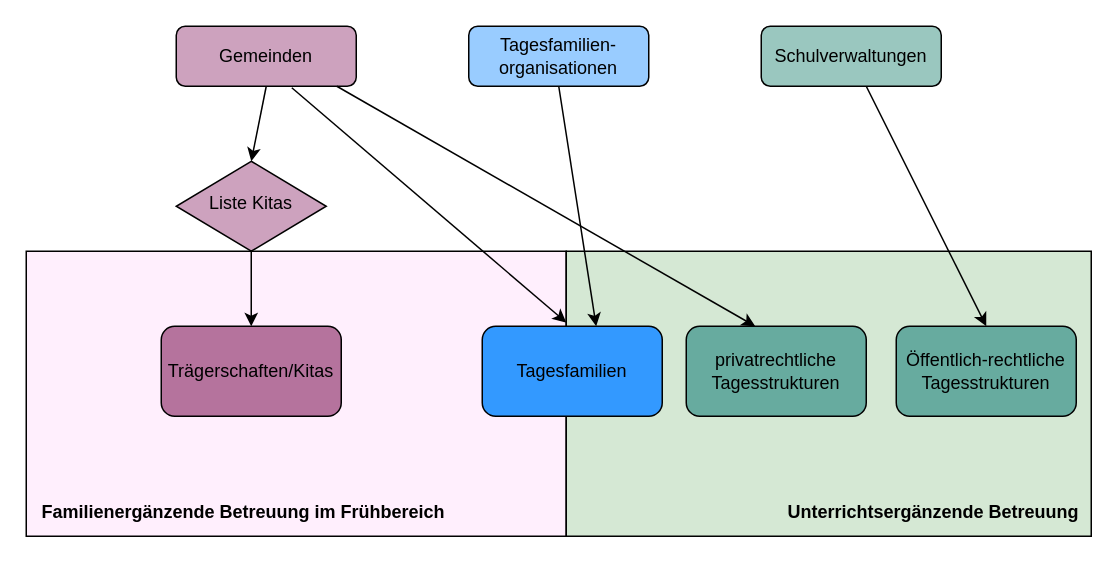
This is Unbenanntes Diagramm.drawio from oliviablo/Rconfig, a draw.io file, before an edit. Source tidied: cells renumbered, new cells numbered last; positions are measured from the earlier drawing's top-left corner, leaving out a move shared by most shapes. Both pictures are drawn from the tidied source at 150%, with x=0, y=0 at pixel (26, 26).
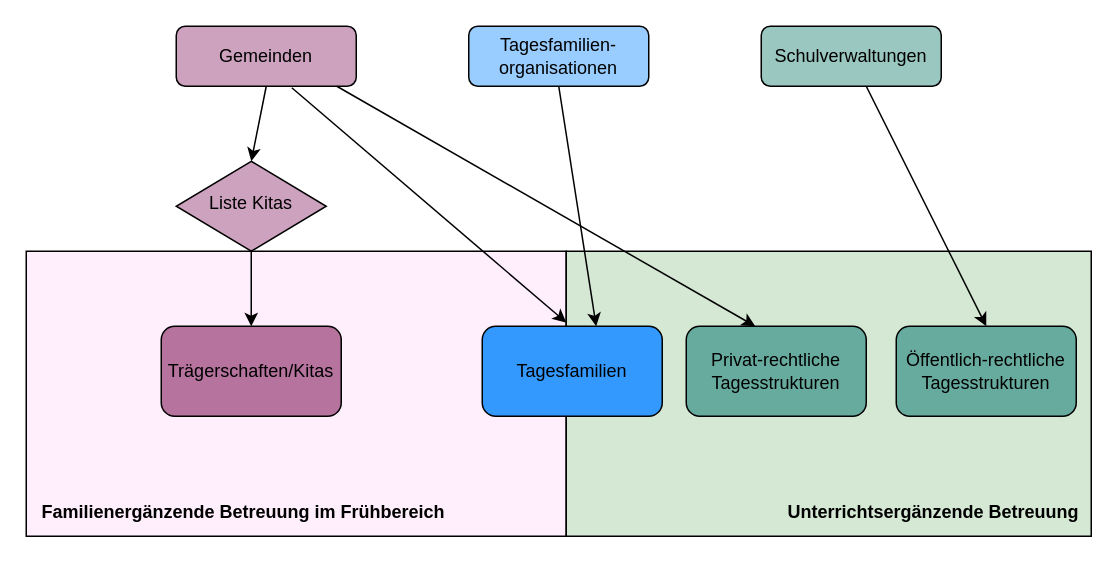
The same diagram, later.

Commit message:
Tippfehler korrigiert

Diff of the diagram source:
```diff
@@
-    <mxCell id="9" value="privatrechtliche Tagesstrukturen" style="rounded=1;whiteSpace=wrap;html=1;fillColor=#67AB9F;" parent="1" vertex="1">
+    <mxCell id="9" value="Privat-rechtliche Tagesstrukturen" style="rounded=1;whiteSpace=wrap;html=1;fillColor=#67AB9F;" parent="1" vertex="1">
       <mxGeometry x="440" y="200" width="120" height="60" as="geometry" />
     </mxCell>
```
